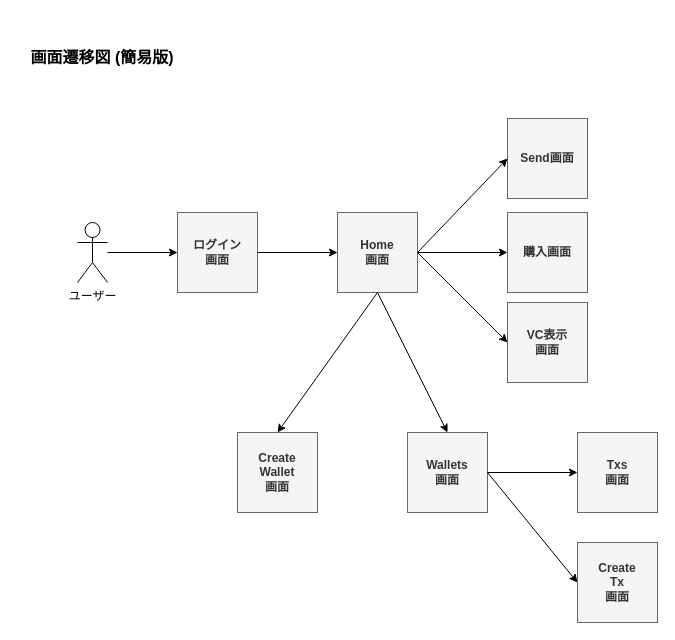
Earlier version of the draw.io diagram page "画面遷移図" (3 of 3) of assets/IDQ.drawio (mashharuki/WalletProject). Source tidied: cells renumbered, new cells numbered last; positions are measured from the earlier drawing's top-left corner, leaving out a move shared by most shapes. Both pictures are drawn from the tidied source at 100%, with x=0, y=0 at pixel (17, 32).
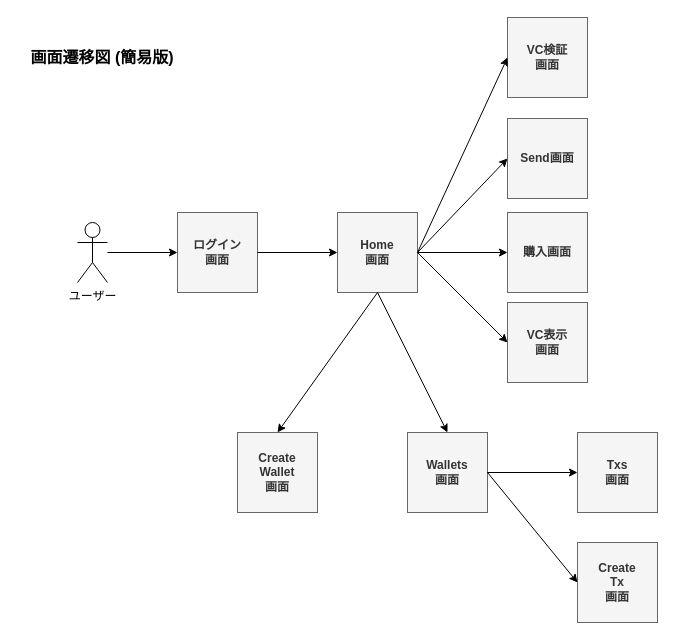
The same diagram, later.

Change to the diagram source:
```diff
@@
+    <mxCell id="22" value="VC検証&lt;br&gt;画面" style="whiteSpace=wrap;html=1;fontStyle=1;fillColor=#f5f5f5;fontColor=#333333;strokeColor=#666666;" parent="1" vertex="1">
+      <mxGeometry x="490" y="-15" width="80" height="80" as="geometry" />
+    </mxCell>
+    <mxCell id="23" style="endArrow=classic;html=1;rounded=0;entryX=0;entryY=0.5;entryDx=0;entryDy=0;" parent="1" edge="1" target="22">
+      <mxGeometry relative="1" as="geometry">
+        <mxPoint x="400" y="220" as="sourcePoint" />
+      </mxGeometry>
+    </mxCell>
```
